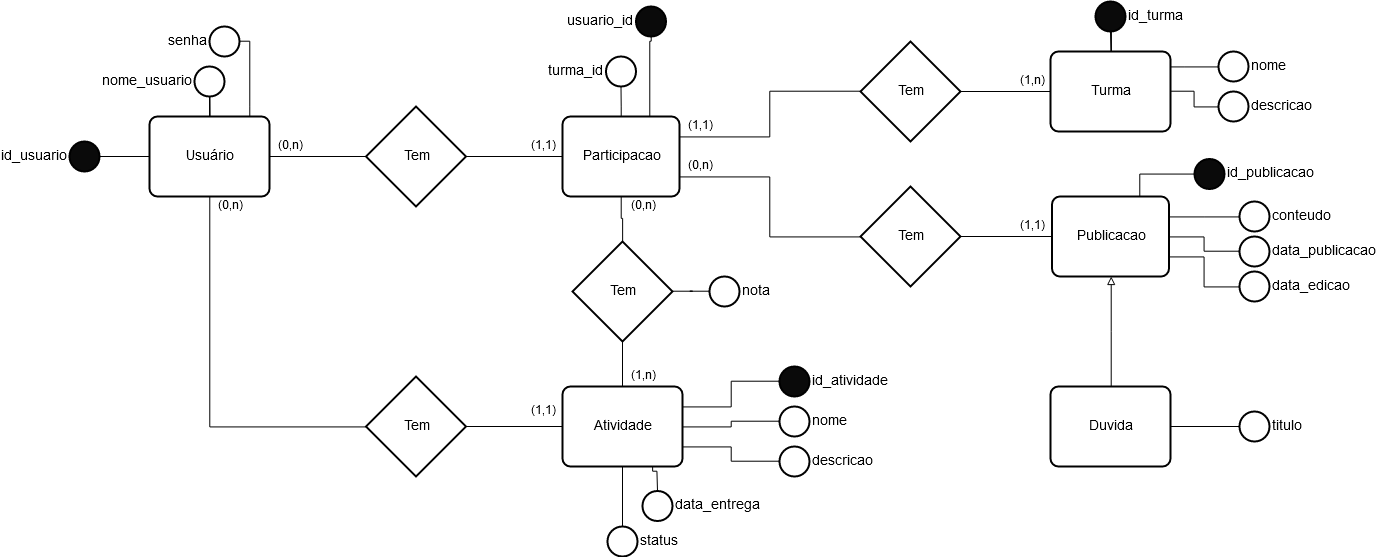
This is modelagem/educacao_der.png from fernandonagase/aprendamos, a draw.io export, as it was before one commit. Source tidied: cells renumbered, new cells last; positions are measured from the earlier drawing's top-left corner, leaving out a move shared by most shapes.
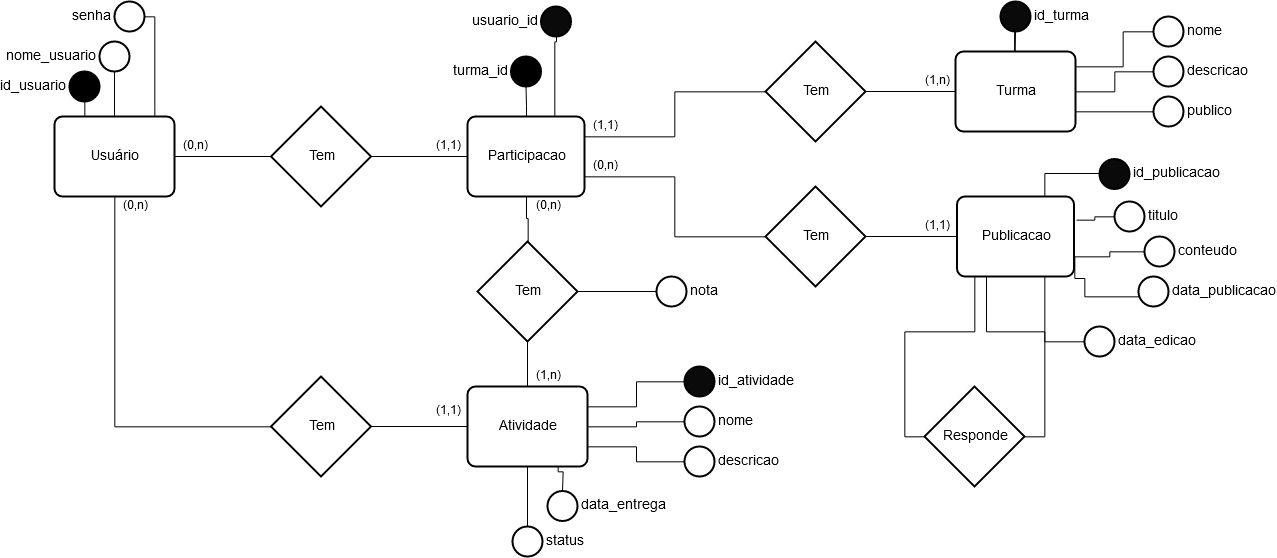
The same diagram one commit later.

Diff of the diagram source:
```diff
@@ -8,6 +8,9 @@
     <mxCell id="3" value="Usuário" style="strokeWidth=2;rounded=1;arcSize=10;whiteSpace=wrap;html=1;align=center;fontSize=14;" parent="1" vertex="1">
       <mxGeometry x="80" y="115" width="120" height="80" as="geometry" />
     </mxCell>
+    <mxCell id="72" style="edgeStyle=orthogonalEdgeStyle;rounded=0;jettySize=auto;html=1;exitX=1;exitY=0.75;exitDx=0;exitDy=0;entryX=0;entryY=0.5;entryDx=0;entryDy=0;endArrow=none;endFill=0;" parent="1" edge="1" source="4" target="78">
+      <mxGeometry relative="1" as="geometry" />
+    </mxCell>
     <mxCell id="4" value="Turma" style="strokeWidth=2;rounded=1;arcSize=10;whiteSpace=wrap;html=1;align=center;fontSize=14;" parent="1" vertex="1">
       <mxGeometry x="981" y="50" width="120" height="80" as="geometry" />
     </mxCell>
@@ -44,13 +47,13 @@
       </mxGeometry>
     </mxCell>
     <mxCell id="14" value="senha" style="ellipse;shape=ellipse;margin=10;strokeWidth=2;fontSize=14;whiteSpace=wrap;html=1;align=right;labelPosition=left;verticalLabelPosition=middle;verticalAlign=middle;strokeColor=#000000;" parent="1" vertex="1">
-      <mxGeometry x="140" y="25" width="30" height="30" as="geometry" />
+      <mxGeometry x="140" width="30" height="30" as="geometry" />
     </mxCell>
     <mxCell id="15" style="edgeStyle=orthogonalEdgeStyle;rounded=0;jettySize=auto;html=1;endArrow=none;endFill=0;fontColor=#FFFFFF;" parent="1" edge="1" source="16" target="3">
       <mxGeometry relative="1" as="geometry" />
     </mxCell>
     <mxCell id="16" value="&lt;div&gt;nome_usuario&lt;/div&gt;" style="ellipse;shape=ellipse;margin=10;strokeWidth=2;fontSize=14;whiteSpace=wrap;html=1;align=right;shadow=0;fillColor=#FFFFFF;labelPosition=left;verticalLabelPosition=middle;verticalAlign=middle;" parent="1" vertex="1">
-      <mxGeometry x="125" y="65" width="30" height="30" as="geometry" />
+      <mxGeometry x="125" y="40" width="30" height="30" as="geometry" />
     </mxCell>
     <mxCell id="17" style="edgeStyle=orthogonalEdgeStyle;rounded=0;jettySize=auto;html=1;endArrow=none;endFill=0;fontColor=#FFFFFF;exitX=0.5;exitY=1;exitDx=0;exitDy=0;" parent="1" edge="1" source="18" target="7">
       <mxGeometry relative="1" as="geometry">
@@ -65,7 +68,7 @@
     <mxCell id="19" style="edgeStyle=orthogonalEdgeStyle;rounded=0;jettySize=auto;html=1;endArrow=none;endFill=0;fontColor=#FFFFFF;" parent="1" edge="1" source="20" target="7">
       <mxGeometry relative="1" as="geometry" />
     </mxCell>
-    <mxCell id="20" value="&lt;div&gt;turma_id&lt;/div&gt;" style="ellipse;shape=ellipse;margin=10;strokeWidth=2;fontSize=14;whiteSpace=wrap;html=1;align=right;shadow=0;fillColor=#FFFFFF;labelPosition=left;verticalLabelPosition=middle;verticalAlign=middle;" parent="1" vertex="1">
+    <mxCell id="20" value="&lt;div&gt;turma_id&lt;/div&gt;" style="ellipse;shape=ellipse;margin=10;strokeWidth=2;fontSize=14;whiteSpace=wrap;html=1;align=right;shadow=0;fillColor=#000000;labelPosition=left;verticalLabelPosition=middle;verticalAlign=middle;" parent="1" vertex="1">
       <mxGeometry x="536.5" y="55" width="30" height="30" as="geometry" />
     </mxCell>
     <mxCell id="21" style="edgeStyle=orthogonalEdgeStyle;rounded=0;jettySize=auto;html=1;endArrow=none;endFill=0;fontColor=#FFFFFF;" parent="1" edge="1" source="22" target="4">
@@ -74,22 +77,21 @@
     <mxCell id="22" value="id_turma" style="ellipse;shape=ellipse;margin=10;strokeWidth=2;fontSize=14;whiteSpace=wrap;html=1;align=left;shadow=0;fillColor=#0A0A0A;labelPosition=right;verticalLabelPosition=middle;verticalAlign=middle;" parent="1" vertex="1">
       <mxGeometry x="1026" width="30" height="30" as="geometry" />
     </mxCell>
-    <mxCell id="23" style="edgeStyle=orthogonalEdgeStyle;rounded=0;jettySize=auto;html=1;endArrow=none;endFill=0;fontColor=#FFFFFF;" parent="1" edge="1" source="24" target="4">
+    <mxCell id="23" style="edgeStyle=orthogonalEdgeStyle;rounded=0;jettySize=auto;html=1;endArrow=none;endFill=0;fontColor=#FFFFFF;exitX=0;exitY=0.5;exitDx=0;exitDy=0;" parent="1" edge="1" source="24" target="4">
       <mxGeometry relative="1" as="geometry">
         <Array as="points">
-          <mxPoint x="1114" y="65" />
-          <mxPoint x="1114" y="65" />
+          <mxPoint x="1149" y="65" />
         </Array>
       </mxGeometry>
     </mxCell>
     <mxCell id="24" value="nome" style="ellipse;shape=ellipse;margin=10;strokeWidth=2;fontSize=14;whiteSpace=wrap;html=1;align=left;shadow=0;fillColor=#FFFFFF;labelPosition=right;verticalLabelPosition=middle;verticalAlign=middle;" parent="1" vertex="1">
-      <mxGeometry x="1149" y="50" width="30" height="30" as="geometry" />
+      <mxGeometry x="1179" y="15" width="30" height="30" as="geometry" />
     </mxCell>
     <mxCell id="25" style="edgeStyle=orthogonalEdgeStyle;rounded=0;jettySize=auto;html=1;endArrow=none;endFill=0;fontColor=#FFFFFF;" parent="1" edge="1" source="26" target="4">
       <mxGeometry relative="1" as="geometry" />
     </mxCell>
     <mxCell id="26" value="descricao" style="ellipse;shape=ellipse;margin=10;strokeWidth=2;fontSize=14;whiteSpace=wrap;html=1;align=left;shadow=0;fillColor=#FFFFFF;labelPosition=right;verticalLabelPosition=middle;verticalAlign=middle;" parent="1" vertex="1">
-      <mxGeometry x="1149" y="90" width="30" height="30" as="geometry" />
+      <mxGeometry x="1179" y="55" width="30" height="30" as="geometry" />
     </mxCell>
     <mxCell id="27" style="edgeStyle=orthogonalEdgeStyle;rounded=0;jettySize=auto;html=1;entryX=1;entryY=0.75;entryDx=0;entryDy=0;endArrow=none;endFill=0;fontColor=#FFFFFF;" parent="1" edge="1" source="29" target="7">
       <mxGeometry relative="1" as="geometry" />
@@ -118,48 +120,45 @@
     <mxCell id="35" value="(1,1)" style="text;html=1;strokeColor=none;fillColor=none;align=center;verticalAlign=middle;whiteSpace=wrap;rounded=0;shadow=0;fontColor=#000000;" parent="1" vertex="1">
       <mxGeometry x="942.5" y="215" width="40" height="20" as="geometry" />
     </mxCell>
-    <mxCell id="36" style="edgeStyle=orthogonalEdgeStyle;rounded=0;jettySize=auto;html=1;endArrow=block;endFill=0;fontColor=#000000;" parent="1" edge="1" source="37" target="6">
-      <mxGeometry relative="1" as="geometry" />
-    </mxCell>
-    <mxCell id="37" value="Duvida" style="strokeWidth=2;rounded=1;arcSize=10;whiteSpace=wrap;html=1;align=center;fontSize=14;shadow=0;fillColor=#FFFFFF;" parent="1" vertex="1">
-      <mxGeometry x="981" y="385" width="120" height="80" as="geometry" />
-    </mxCell>
     <mxCell id="38" style="edgeStyle=orthogonalEdgeStyle;rounded=0;jettySize=auto;html=1;entryX=0.75;entryY=0;entryDx=0;entryDy=0;endArrow=none;endFill=0;fontColor=#000000;" parent="1" edge="1" source="39" target="6">
       <mxGeometry relative="1" as="geometry" />
     </mxCell>
     <mxCell id="39" value="id_publicacao" style="ellipse;shape=ellipse;margin=10;strokeWidth=2;fontSize=14;whiteSpace=wrap;html=1;align=left;shadow=0;fillColor=#0A0A0A;labelPosition=right;verticalLabelPosition=middle;verticalAlign=middle;" parent="1" vertex="1">
       <mxGeometry x="1125" y="157.5" width="30" height="30" as="geometry" />
     </mxCell>
-    <mxCell id="40" style="edgeStyle=orthogonalEdgeStyle;rounded=0;jettySize=auto;html=1;entryX=1;entryY=0.25;entryDx=0;entryDy=0;endArrow=none;endFill=0;fontColor=#000000;" parent="1" edge="1" source="41" target="6">
+    <mxCell id="40" style="edgeStyle=orthogonalEdgeStyle;rounded=0;jettySize=auto;html=1;endArrow=none;endFill=0;fontColor=#000000;entryX=1;entryY=0.75;entryDx=0;entryDy=0;" parent="1" edge="1" source="41" target="6">
       <mxGeometry relative="1" as="geometry" />
     </mxCell>
     <mxCell id="41" value="conteudo" style="ellipse;shape=ellipse;margin=10;strokeWidth=2;fontSize=14;whiteSpace=wrap;html=1;align=left;shadow=0;fillColor=#FFFFFF;labelPosition=right;verticalLabelPosition=middle;verticalAlign=middle;" parent="1" vertex="1">
-      <mxGeometry x="1170" y="200" width="30" height="30" as="geometry" />
+      <mxGeometry x="1170" y="235" width="30" height="30" as="geometry" />
     </mxCell>
-    <mxCell id="42" style="edgeStyle=orthogonalEdgeStyle;rounded=0;jettySize=auto;html=1;entryX=1;entryY=0.5;entryDx=0;entryDy=0;endArrow=none;endFill=0;fontColor=#000000;" parent="1" edge="1" source="43" target="6">
-      <mxGeometry relative="1" as="geometry" />
+    <mxCell id="42" style="edgeStyle=orthogonalEdgeStyle;rounded=0;jettySize=auto;html=1;endArrow=none;endFill=0;fontColor=#000000;entryX=1;entryY=0.75;entryDx=0;entryDy=0;" parent="1" edge="1" source="43" target="6">
+      <mxGeometry relative="1" as="geometry">
+        <Array as="points">
+          <mxPoint x="1110" y="295" />
+          <mxPoint x="1110" y="277" />
+          <mxPoint x="1100" y="277" />
+        </Array>
+      </mxGeometry>
     </mxCell>
     <mxCell id="43" value="data_publicacao" style="ellipse;shape=ellipse;margin=10;strokeWidth=2;fontSize=14;whiteSpace=wrap;html=1;align=left;shadow=0;fillColor=#FFFFFF;labelPosition=right;verticalLabelPosition=middle;verticalAlign=middle;" parent="1" vertex="1">
-      <mxGeometry x="1170" y="235" width="30" height="30" as="geometry" />
+      <mxGeometry x="1164" y="275" width="30" height="30" as="geometry" />
     </mxCell>
-    <mxCell id="44" style="edgeStyle=orthogonalEdgeStyle;rounded=0;jettySize=auto;html=1;entryX=1;entryY=0.75;entryDx=0;entryDy=0;endArrow=none;endFill=0;fontColor=#000000;" parent="1" edge="1" source="45" target="6">
+    <mxCell id="44" style="edgeStyle=orthogonalEdgeStyle;rounded=0;jettySize=auto;html=1;entryX=0.75;entryY=1;entryDx=0;entryDy=0;endArrow=none;endFill=0;fontColor=#000000;" parent="1" edge="1" source="45" target="6">
       <mxGeometry relative="1" as="geometry" />
     </mxCell>
     <mxCell id="45" value="data_edicao" style="ellipse;shape=ellipse;margin=10;strokeWidth=2;fontSize=14;whiteSpace=wrap;html=1;align=left;shadow=0;fillColor=#FFFFFF;labelPosition=right;verticalLabelPosition=middle;verticalAlign=middle;" parent="1" vertex="1">
-      <mxGeometry x="1170" y="270" width="30" height="30" as="geometry" />
+      <mxGeometry x="1110" y="325" width="30" height="30" as="geometry" />
     </mxCell>
-    <mxCell id="46" style="edgeStyle=orthogonalEdgeStyle;rounded=0;jettySize=auto;html=1;endArrow=none;endFill=0;fontColor=#000000;" parent="1" edge="1" source="47" target="37">
-      <mxGeometry relative="1" as="geometry" />
-    </mxCell>
-    <mxCell id="47" value="titulo" style="ellipse;shape=ellipse;margin=10;strokeWidth=2;fontSize=14;whiteSpace=wrap;html=1;align=left;shadow=0;fillColor=#FFFFFF;labelPosition=right;verticalLabelPosition=middle;verticalAlign=middle;" parent="1" vertex="1">
-      <mxGeometry x="1170" y="410" width="30" height="30" as="geometry" />
-    </mxCell>
     <mxCell id="48" style="edgeStyle=orthogonalEdgeStyle;rounded=0;jettySize=auto;html=1;endArrow=none;endFill=0;fontColor=#000000;" parent="1" edge="1" source="50" target="7">
       <mxGeometry relative="1" as="geometry" />
     </mxCell>
     <mxCell id="49" style="edgeStyle=orthogonalEdgeStyle;rounded=0;jettySize=auto;html=1;endArrow=none;endFill=0;fontColor=#000000;" parent="1" edge="1" source="50" target="5">
       <mxGeometry relative="1" as="geometry" />
     </mxCell>
+    <mxCell id="73" style="edgeStyle=orthogonalEdgeStyle;rounded=0;jettySize=auto;html=1;endArrow=none;endFill=0;" parent="1" edge="1" source="50" target="71">
+      <mxGeometry relative="1" as="geometry" />
+    </mxCell>
     <mxCell id="50" value="Tem" style="shape=rhombus;strokeWidth=2;fontSize=17;perimeter=rhombusPerimeter;whiteSpace=wrap;html=1;align=center;fontSize=14;shadow=0;fillColor=#FFFFFF;" parent="1" vertex="1">
       <mxGeometry x="503" y="240" width="100" height="100" as="geometry" />
     </mxCell>
@@ -214,17 +213,38 @@
     <mxCell id="67" value="status" style="ellipse;shape=ellipse;margin=10;strokeWidth=2;fontSize=14;whiteSpace=wrap;html=1;align=left;shadow=0;fillColor=#FFFFFF;labelPosition=right;verticalLabelPosition=middle;verticalAlign=middle;" parent="1" vertex="1">
       <mxGeometry x="538" y="525" width="30" height="30" as="geometry" />
     </mxCell>
+    <mxCell id="74" style="edgeStyle=orthogonalEdgeStyle;rounded=0;jettySize=auto;html=1;entryX=1.016;entryY=0.305;entryDx=0;entryDy=0;entryPerimeter=0;endArrow=none;endFill=0;" parent="1" edge="1" source="47" target="6">
+      <mxGeometry relative="1" as="geometry" />
+    </mxCell>
+    <mxCell id="47" value="titulo" style="ellipse;shape=ellipse;margin=10;strokeWidth=2;fontSize=14;whiteSpace=wrap;html=1;align=left;shadow=0;fillColor=#FFFFFF;labelPosition=right;verticalLabelPosition=middle;verticalAlign=middle;" parent="1" vertex="1">
+      <mxGeometry x="1140" y="200" width="30" height="30" as="geometry" />
+    </mxCell>
+    <mxCell id="75" style="edgeStyle=orthogonalEdgeStyle;rounded=0;jettySize=auto;html=1;endArrow=none;endFill=0;exitX=0;exitY=0.5;exitDx=0;exitDy=0;" parent="1" edge="1" source="77" target="6">
+      <mxGeometry relative="1" as="geometry">
+        <Array as="points">
+          <mxPoint x="930" y="435" />
+          <mxPoint x="930" y="330" />
+          <mxPoint x="1000" y="330" />
+        </Array>
+      </mxGeometry>
+    </mxCell>
+    <mxCell id="76" style="edgeStyle=orthogonalEdgeStyle;rounded=0;jettySize=auto;html=1;entryX=0.25;entryY=1;entryDx=0;entryDy=0;endArrow=none;endFill=0;exitX=1;exitY=0.5;exitDx=0;exitDy=0;" parent="1" edge="1" source="77" target="6">
+      <mxGeometry relative="1" as="geometry" />
+    </mxCell>
+    <mxCell id="77" value="Responde" style="shape=rhombus;strokeWidth=2;fontSize=17;perimeter=rhombusPerimeter;whiteSpace=wrap;html=1;align=center;fontSize=14;" parent="1" vertex="1">
+      <mxGeometry x="950" y="385" width="100" height="100" as="geometry" />
+    </mxCell>
+    <mxCell id="78" value="publico" style="ellipse;shape=ellipse;margin=10;strokeWidth=2;fontSize=14;whiteSpace=wrap;html=1;align=left;shadow=0;fillColor=#FFFFFF;labelPosition=right;verticalLabelPosition=middle;verticalAlign=middle;" parent="1" vertex="1">
+      <mxGeometry x="1179" y="95" width="30" height="30" as="geometry" />
+    </mxCell>
-    <mxCell id="68" style="edgeStyle=orthogonalEdgeStyle;rounded=0;jettySize=auto;html=1;endArrow=none;endFill=0;" parent="1" edge="1" source="69" target="3">
+    <mxCell id="68" style="edgeStyle=orthogonalEdgeStyle;rounded=0;jettySize=auto;html=1;exitX=0.5;exitY=1;exitDx=0;exitDy=0;entryX=0.25;entryY=0;entryDx=0;entryDy=0;endArrow=none;endFill=0;" parent="1" edge="1" source="69" target="3">
       <mxGeometry relative="1" as="geometry" />
     </mxCell>
-    <mxCell id="69" value="id_usuario" style="ellipse;shape=ellipse;margin=10;strokeWidth=2;fontSize=14;whiteSpace=wrap;html=1;align=right;shadow=0;fillColor=#0A0A0A;labelPosition=left;verticalLabelPosition=middle;verticalAlign=middle;" parent="1" vertex="1">
-      <mxGeometry y="140" width="30" height="30" as="geometry" />
+    <mxCell id="69" value="&lt;div&gt;id_usuario&lt;/div&gt;" style="ellipse;shape=ellipse;margin=10;strokeWidth=2;fontSize=14;whiteSpace=wrap;html=1;align=right;shadow=0;fillColor=#000000;labelPosition=left;verticalLabelPosition=middle;verticalAlign=middle;" parent="1" vertex="1">
+      <mxGeometry x="95" y="70" width="30" height="30" as="geometry" />
     </mxCell>
-    <mxCell id="70" style="edgeStyle=orthogonalEdgeStyle;rounded=0;jettySize=auto;html=1;endArrow=none;endFill=0;" parent="1" edge="1" source="71" target="50">
-      <mxGeometry relative="1" as="geometry" />
-    </mxCell>
     <mxCell id="71" value="nota" style="ellipse;shape=ellipse;margin=10;strokeWidth=2;fontSize=14;whiteSpace=wrap;html=1;align=left;shadow=0;fillColor=#FFFFFF;labelPosition=right;verticalLabelPosition=middle;verticalAlign=middle;" parent="1" vertex="1">
-      <mxGeometry x="640" y="275" width="30" height="30" as="geometry" />
+      <mxGeometry x="682" y="275" width="30" height="30" as="geometry" />
     </mxCell>
   </root>
 </mxGraphModel>
```
